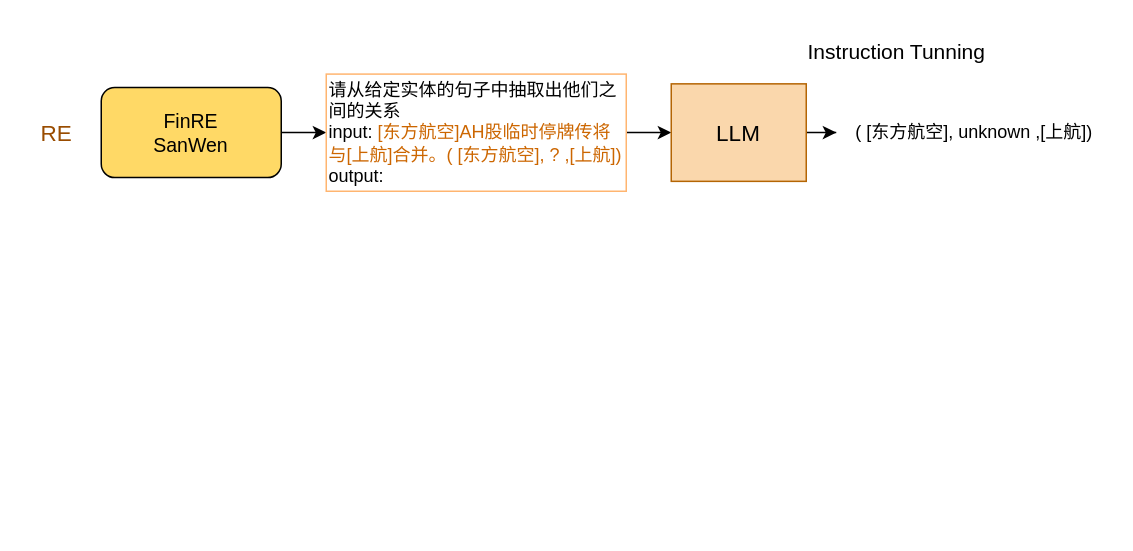
Above: 未命名绘图.drawio in SkyuForever/CRE-LLM (draw.io), before the change. Source tidied: cells renumbered, new cells numbered last; positions are measured from the earlier drawing's top-left corner, leaving out a move shared by most shapes. Both pictures are drawn from the tidied source at 150%, with x=0, y=0 at pixel (26, 26).
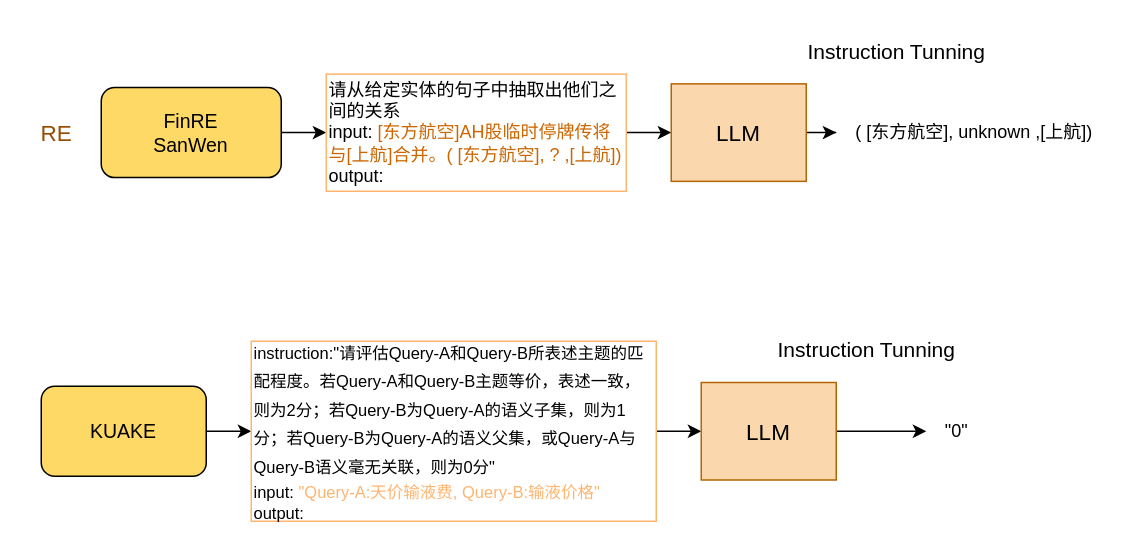
The same diagram, later.

Change to the diagram source:
```diff
@@
 <mxGraphModel>
   <root>
     <mxCell id="0" />
     <mxCell id="1" parent="0" />
+    <mxCell id="12" style="edgeStyle=orthogonalEdgeStyle;rounded=0;jettySize=auto;html=1;" parent="1" edge="1" source="13" target="15">
+      <mxGeometry relative="1" as="geometry" />
+    </mxCell>
+    <mxCell id="13" value="&lt;span style=&quot;font-size: 13px;&quot;&gt;KUAKE&lt;/span&gt;" style="rounded=1;whiteSpace=wrap;html=1;fillColor=#FFD966;gradientColor=none;" parent="1" vertex="1">
+      <mxGeometry x="10" y="240" width="110" height="60" as="geometry" />
+    </mxCell>
+    <mxCell id="14" style="edgeStyle=orthogonalEdgeStyle;rounded=0;jettySize=auto;html=1;" parent="1" edge="1" source="15" target="17">
+      <mxGeometry relative="1" as="geometry" />
+    </mxCell>
+    <mxCell id="15" value="&lt;div style=&quot;color: rgb(204, 204, 204); font-family: Consolas, &amp;quot;Courier New&amp;quot;, monospace; line-height: 19px;&quot;&gt;&lt;/div&gt;&lt;div style=&quot;line-height: 19px; font-size: 11px;&quot;&gt;&lt;font style=&quot;font-size: 11px;&quot; face=&quot;Helvetica&quot;&gt;instruction:&quot;请评估Query-A和Query-B所表述主题的匹配程度。若Query-A和Query-B主题等价，表述一致，则为2分；若Query-B为Query-A的语义子集，则为1分；若Query-B为Query-A的语义父集，或Query-A与Query-B语义毫无关联，则为0分&quot;&lt;/font&gt;&lt;/div&gt;&lt;font style=&quot;font-size: 11px;&quot;&gt;input:&amp;nbsp;&lt;font style=&quot;font-size: 11px;&quot; color=&quot;#ffb570&quot;&gt;&quot;Query-A:天价输液费, Query-B:输液价格&quot;&lt;/font&gt;&lt;br&gt;output:&amp;nbsp;&lt;/font&gt;" style="whiteSpace=wrap;html=1;align=left;strokeColor=#FFB570;" parent="1" vertex="1">
+      <mxGeometry x="150" y="210" width="270" height="120" as="geometry" />
+    </mxCell>
+    <mxCell id="16" style="edgeStyle=orthogonalEdgeStyle;rounded=0;jettySize=auto;html=1;" parent="1" edge="1" source="17" target="18">
+      <mxGeometry relative="1" as="geometry" />
+    </mxCell>
+    <mxCell id="17" value="&lt;font style=&quot;font-size: 15px;&quot;&gt;LLM&lt;/font&gt;" style="rounded=0;whiteSpace=wrap;html=1;fillColor=#fad7ac;strokeColor=#b46504;" parent="1" vertex="1">
+      <mxGeometry x="450" y="237.5" width="90" height="65" as="geometry" />
+    </mxCell>
+    <mxCell id="18" value="&quot;0&quot;" style="text;html=1;align=center;verticalAlign=middle;points=[];strokeColor=none;fillColor=none;" parent="1" vertex="1">
+      <mxGeometry x="600" y="255" width="40" height="30" as="geometry" />
+    </mxCell>
+    <mxCell id="19" value="&lt;font style=&quot;font-size: 14px;&quot;&gt;Instruction Tunning&lt;/font&gt;" style="text;html=1;align=center;verticalAlign=middle;strokeColor=none;fillColor=none;" parent="1" vertex="1">
+      <mxGeometry x="490" y="200.9" width="140" height="30" as="geometry" />
+    </mxCell>
     <mxCell id="2" style="edgeStyle=orthogonalEdgeStyle;rounded=0;jettySize=auto;html=1;" parent="1" edge="1" source="3" target="6">
       <mxGeometry relative="1" as="geometry" />
     </mxCell>
     <mxCell id="3" value="&lt;font style=&quot;font-size: 13px;&quot;&gt;FinRE&lt;br&gt;SanWen&lt;/font&gt;" style="rounded=1;whiteSpace=wrap;html=1;fillColor=#FFD966;gradientColor=none;" parent="1" vertex="1">
       <mxGeometry x="50" y="40.9" width="120" height="60" as="geometry" />
     </mxCell>
     <mxCell id="4" value="&lt;font style=&quot;font-size: 15px;&quot;&gt;RE&lt;/font&gt;" style="text;html=1;align=center;verticalAlign=middle;strokeColor=none;fillColor=none;fontColor=#994C00;" parent="1" vertex="1">
       <mxGeometry y="55.9" width="40" height="30" as="geometry" />
     </mxCell>
     <mxCell id="5" style="edgeStyle=orthogonalEdgeStyle;rounded=0;jettySize=auto;html=1;" parent="1" edge="1" source="6" target="8">
       <mxGeometry relative="1" as="geometry" />
     </mxCell>
     <mxCell id="6" value="请从给定实体的句子中抽取出他们之间的关系&lt;br&gt;input: &lt;font color=&quot;#cc6600&quot;&gt;[东方航空]AH股临时停牌传将与[上航]合并。(&amp;nbsp;[东方航空], ? ,[上航])&lt;/font&gt;&lt;br&gt;output:&amp;nbsp;" style="whiteSpace=wrap;html=1;align=left;strokeColor=#FFB570;" parent="1" vertex="1">
       <mxGeometry x="200" y="31.9" width="200" height="78.1" as="geometry" />
     </mxCell>
     <mxCell id="7" style="edgeStyle=orthogonalEdgeStyle;rounded=0;jettySize=auto;html=1;" parent="1" edge="1" source="8" target="9">
       <mxGeometry relative="1" as="geometry" />
     </mxCell>
     <mxCell id="8" value="&lt;font style=&quot;font-size: 15px;&quot;&gt;LLM&lt;/font&gt;" style="rounded=0;whiteSpace=wrap;html=1;fillColor=#fad7ac;strokeColor=#b46504;" parent="1" vertex="1">
       <mxGeometry x="430" y="38.4" width="90" height="65" as="geometry" />
     </mxCell>
     <mxCell id="9" value="&amp;nbsp;(&amp;nbsp;[东方航空], unknown ,[上航])" style="text;html=1;align=center;verticalAlign=middle;points=[];strokeColor=none;fillColor=none;" parent="1" vertex="1">
       <mxGeometry x="540" y="55.9" width="180" height="30" as="geometry" />
     </mxCell>
     <mxCell id="10" value="&lt;font style=&quot;font-size: 14px;&quot;&gt;Instruction Tunning&lt;/font&gt;" style="text;html=1;align=center;verticalAlign=middle;strokeColor=none;fillColor=none;" parent="1" vertex="1">
       <mxGeometry x="510" y="1.9" width="140" height="30" as="geometry" />
     </mxCell>
     <mxCell id="11" style="rounded=0;whiteSpace=wrap;html=1;opacity=0;" parent="1" vertex="1">
       <mxGeometry width="720" height="120" as="geometry" />
     </mxCell>
   </root>
 </mxGraphModel>
```
